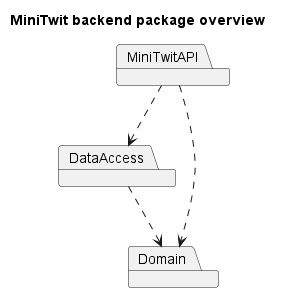
This is Report/Images/backend_package_overview.png from Chillhound/DevOps2022F, a PlantUML export, as it was before one commit.
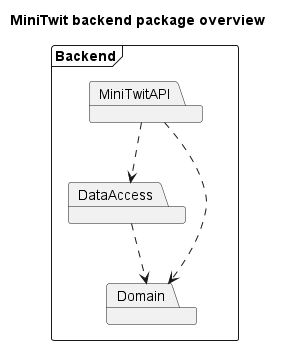
Above is the later version.

Change to the diagram source:
```diff
@@ -2,13 +2,16 @@
 
 title MiniTwit backend package overview
 
-Package "DataAccess"
-Package "Domain"
-Package "MiniTwitAPI"
+frame Backend {
+    Package "DataAccess"
+    Package "Domain"
+    Package "MiniTwitAPI"
 
-MiniTwitAPI ..> DataAccess
-DataAccess ..> Domain
-MiniTwitAPI ..> Domain
+    MiniTwitAPI ..> DataAccess
+    DataAccess ..> Domain
+    MiniTwitAPI ..> Domain
+}
+
 
 
 @enduml
```
